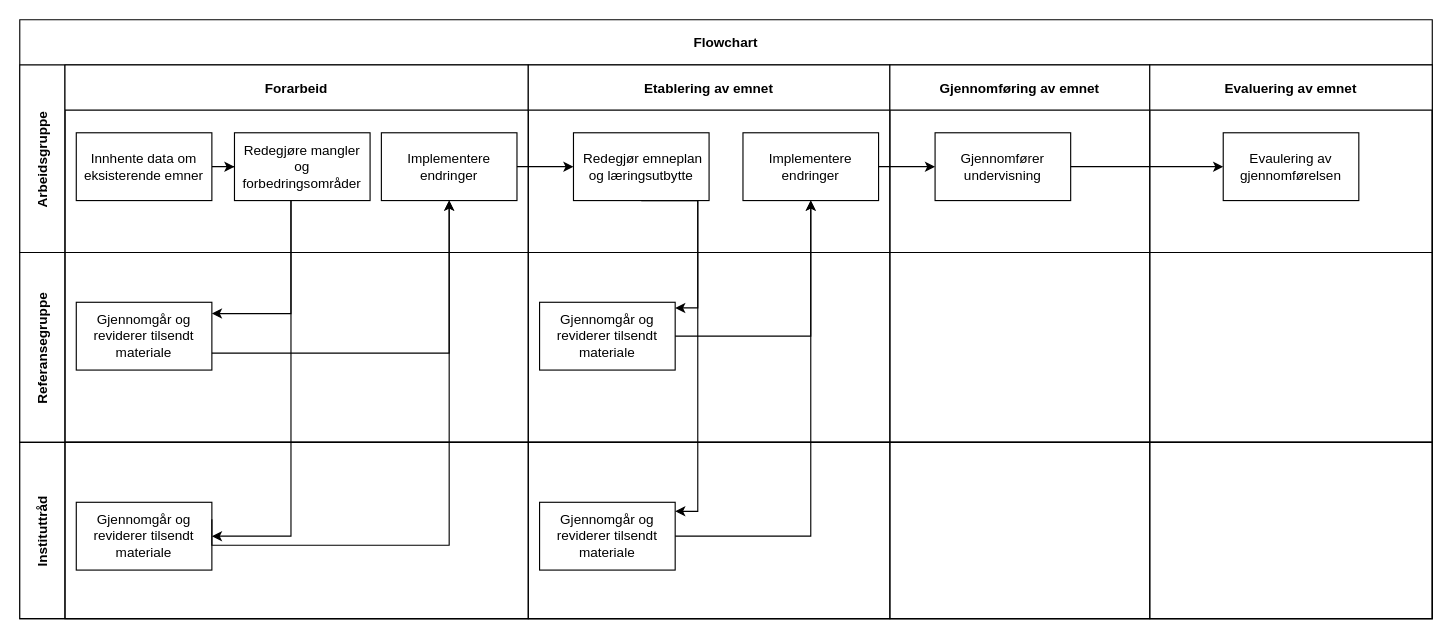
This is flowinprogress.drawio from stianfuru/DIKU, a draw.io file, before an edit. Source tidied: cells renumbered, new cells numbered last; positions are measured from the earlier drawing's top-left corner, leaving out a move shared by most shapes. Both pictures are drawn from the tidied source at 113%, with x=0, y=0 at pixel (19, 19).
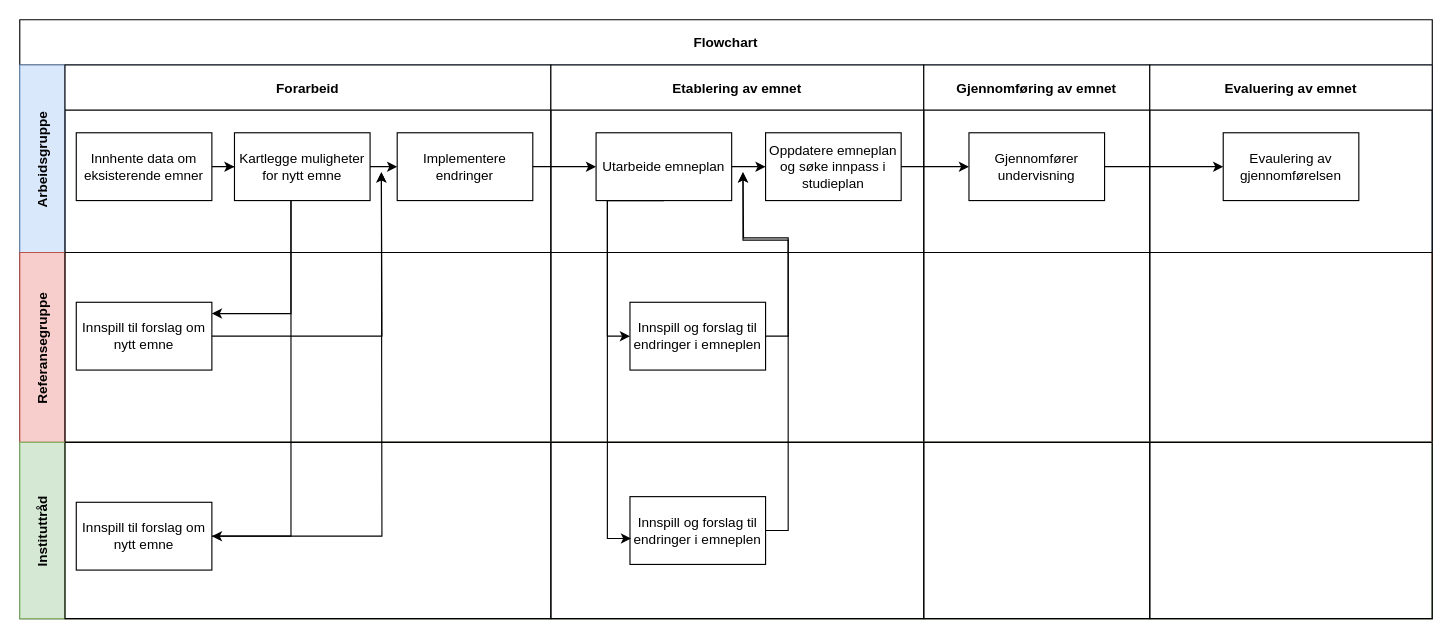
The same page after the edit.

The change refers to these unchanged cells:
```xml
<mxCell id="2" value="Flowchart" style="shape=table;childLayout=tableLayout;rowLines=0;columnLines=0;startSize=40;fontStyle=1;" parent="1" vertex="1">
  <mxGeometry width="1250" height="530" as="geometry" />
</mxCell>
```

Change to the diagram source:
```diff
@@
-    <mxCell id="3" value="Arbeidsgruppe" style="swimlane;horizontal=0;startSize=40;" parent="2" vertex="1">
+    <mxCell id="3" value="Arbeidsgruppe" style="swimlane;horizontal=0;startSize=40;fillColor=#dae8fc;strokeColor=#6c8ebf;" parent="2" vertex="1">
       <mxGeometry y="40" width="1250" height="166" as="geometry" />
     </mxCell>
     <mxCell id="4" value="Forarbeid" style="swimlane;startSize=40;" parent="3" vertex="1">
-      <mxGeometry x="40" width="410" height="166" as="geometry" />
+      <mxGeometry x="40" width="430" height="166" as="geometry" />
     </mxCell>
@@
+    <mxCell id="41" style="edgeStyle=orthogonalEdgeStyle;rounded=0;jettySize=auto;html=1;exitX=1;exitY=0.5;exitDx=0;exitDy=0;" parent="4" edge="1" source="7" target="8">
+      <mxGeometry relative="1" as="geometry" />
+    </mxCell>
-    <mxCell id="7" value="Redegjøre mangler og forbedringsområder" style="rounded=0;whiteSpace=wrap;html=1;" parent="4" vertex="1">
+    <mxCell id="7" value="Kartlegge muligheter for nytt emne" style="rounded=0;whiteSpace=wrap;html=1;" parent="4" vertex="1">
       <mxGeometry x="150" y="60" width="120" height="60" as="geometry" />
     </mxCell>
     <mxCell id="8" value="Implementere endringer" style="rounded=0;whiteSpace=wrap;html=1;" parent="4" vertex="1">
-      <mxGeometry x="280" y="60" width="120" height="60" as="geometry" />
+      <mxGeometry x="294" y="60" width="120" height="60" as="geometry" />
     </mxCell>
     <mxCell id="9" value="Etablering av emnet" style="swimlane;startSize=40;" parent="3" vertex="1">
-      <mxGeometry x="450" width="320" height="166" as="geometry" />
+      <mxGeometry x="470" width="330" height="166" as="geometry" />
     </mxCell>
+    <mxCell id="42" style="edgeStyle=orthogonalEdgeStyle;rounded=0;jettySize=auto;html=1;" parent="9" edge="1" source="10" target="11">
+      <mxGeometry relative="1" as="geometry" />
+    </mxCell>
-    <mxCell id="10" value="&amp;nbsp;Redegjør emneplan og læringsutbytte" style="rounded=0;whiteSpace=wrap;html=1;" parent="9" vertex="1">
+    <mxCell id="10" value="Utarbeide emneplan" style="rounded=0;whiteSpace=wrap;html=1;" parent="9" vertex="1">
       <mxGeometry x="40" y="60" width="120" height="60" as="geometry" />
     </mxCell>
-    <mxCell id="11" value="Implementere endringer" style="rounded=0;whiteSpace=wrap;html=1;" parent="9" vertex="1">
+    <mxCell id="11" value="Oppdatere emneplan og søke innpass i studieplan" style="rounded=0;whiteSpace=wrap;html=1;" parent="9" vertex="1">
       <mxGeometry x="190" y="60" width="120" height="60" as="geometry" />
     </mxCell>
     <mxCell id="12" value="Gjennomføring av emnet" style="swimlane;startSize=40;" parent="3" vertex="1">
-      <mxGeometry x="770" width="230" height="166" as="geometry" />
+      <mxGeometry x="800" width="200" height="166" as="geometry" />
     </mxCell>
@@
-    <mxCell id="19" value="Referansegruppe" style="swimlane;horizontal=0;startSize=40;" parent="2" vertex="1">
+    <mxCell id="19" value="Referansegruppe" style="swimlane;horizontal=0;startSize=40;strokeColor=#b85450;fillColor=#F8CECC;" parent="2" vertex="1">
       <mxGeometry y="206" width="1250" height="168" as="geometry" />
     </mxCell>
-    <mxCell id="20" style="swimlane;startSize=0;" parent="19" vertex="1">
-      <mxGeometry x="40" width="410" height="168" as="geometry" />
+    <mxCell id="20" style="swimlane;startSize=0;gradientColor=#ffffff;fillColor=#000000;" parent="19" vertex="1">
+      <mxGeometry x="40" width="430" height="168" as="geometry" />
     </mxCell>
-    <mxCell id="21" value="Gjennomgår og reviderer tilsendt materiale" style="rounded=0;whiteSpace=wrap;html=1;" parent="20" vertex="1">
+    <mxCell id="21" value="Innspill til forslag om nytt emne" style="rounded=0;whiteSpace=wrap;html=1;" parent="20" vertex="1">
       <mxGeometry x="10" y="44" width="120" height="60" as="geometry" />
     </mxCell>
     <mxCell id="22" style="swimlane;startSize=0;" parent="19" vertex="1">
-      <mxGeometry x="450" width="320" height="168" as="geometry" />
+      <mxGeometry x="470" width="330" height="168" as="geometry" />
     </mxCell>
-    <mxCell id="23" value="Gjennomgår og reviderer tilsendt materiale" style="rounded=0;whiteSpace=wrap;html=1;" parent="22" vertex="1">
-      <mxGeometry x="10" y="44" width="120" height="60" as="geometry" />
+    <mxCell id="23" value="Innspill og forslag til endringer i emneplen" style="rounded=0;whiteSpace=wrap;html=1;" parent="22" vertex="1">
+      <mxGeometry x="70" y="44" width="120" height="60" as="geometry" />
     </mxCell>
     <mxCell id="24" style="swimlane;startSize=0;" parent="19" vertex="1">
-      <mxGeometry x="770" width="230" height="168" as="geometry" />
+      <mxGeometry x="800" width="200" height="168" as="geometry" />
     </mxCell>
@@
-    <mxCell id="26" value="Instituttråd" style="swimlane;horizontal=0;startSize=40;" parent="2" vertex="1">
+    <mxCell id="26" value="Instituttråd" style="swimlane;horizontal=0;startSize=40;fillColor=#d5e8d4;strokeColor=#82b366;" parent="2" vertex="1">
       <mxGeometry y="374" width="1250" height="156" as="geometry" />
     </mxCell>
     <mxCell id="27" style="swimlane;startSize=0;" parent="26" vertex="1">
-      <mxGeometry x="40" width="410" height="156" as="geometry" />
+      <mxGeometry x="40" width="430" height="156" as="geometry" />
     </mxCell>
-    <mxCell id="28" value="&lt;span&gt;Gjennomgår og reviderer tilsendt materiale&lt;/span&gt;" style="rounded=0;whiteSpace=wrap;html=1;" parent="27" vertex="1">
+    <mxCell id="28" value="Innspill til forslag om nytt emne" style="rounded=0;whiteSpace=wrap;html=1;" parent="27" vertex="1">
       <mxGeometry x="10" y="53" width="120" height="60" as="geometry" />
     </mxCell>
     <mxCell id="29" style="swimlane;startSize=0;" parent="26" vertex="1">
-      <mxGeometry x="450" width="320" height="156" as="geometry" />
+      <mxGeometry x="470" width="330" height="156" as="geometry" />
     </mxCell>
-    <mxCell id="30" value="&lt;span&gt;Gjennomgår og reviderer tilsendt materiale&lt;/span&gt;" style="rounded=0;whiteSpace=wrap;html=1;" parent="29" vertex="1">
-      <mxGeometry x="10" y="53" width="120" height="60" as="geometry" />
+    <mxCell id="30" value="Innspill og forslag til endringer i emneplen" style="rounded=0;whiteSpace=wrap;html=1;" parent="29" vertex="1">
+      <mxGeometry x="70" y="48" width="120" height="60" as="geometry" />
     </mxCell>
     <mxCell id="31" style="swimlane;startSize=0;" parent="26" vertex="1">
-      <mxGeometry x="770" width="230" height="156" as="geometry" />
+      <mxGeometry x="800" width="200" height="156" as="geometry" />
     </mxCell>
@@
-    <mxCell id="34" style="edgeStyle=orthogonalEdgeStyle;rounded=0;jettySize=auto;html=1;exitX=0.5;exitY=1;exitDx=0;exitDy=0;" parent="2" edge="1" source="10">
-      <mxGeometry relative="1" as="geometry">
-        <mxPoint x="580" y="435" as="targetPoint" />
-        <Array as="points">
-          <mxPoint x="600" y="160" />
-          <mxPoint x="600" y="435" />
-          <mxPoint x="580" y="435" />
-        </Array>
-      </mxGeometry>
-    </mxCell>
-    <mxCell id="35" style="edgeStyle=orthogonalEdgeStyle;rounded=0;jettySize=auto;html=1;" parent="2" edge="1" source="10">
-      <mxGeometry relative="1" as="geometry">
-        <mxPoint x="580" y="255" as="targetPoint" />
-        <Array as="points">
-          <mxPoint x="600" y="255" />
-          <mxPoint x="580" y="255" />
-        </Array>
-      </mxGeometry>
-    </mxCell>
-    <mxCell id="36" style="edgeStyle=orthogonalEdgeStyle;rounded=0;jettySize=auto;html=1;entryX=0.5;entryY=1;entryDx=0;entryDy=0;" parent="2" edge="1" source="21" target="8">
-      <mxGeometry relative="1" as="geometry">
-        <Array as="points">
-          <mxPoint x="380" y="295" />
-        </Array>
-      </mxGeometry>
-    </mxCell>
-    <mxCell id="37" style="edgeStyle=orthogonalEdgeStyle;rounded=0;jettySize=auto;html=1;entryX=0.5;entryY=1;entryDx=0;entryDy=0;exitX=1;exitY=0.25;exitDx=0;exitDy=0;" parent="2" edge="1" source="28" target="8">
-      <mxGeometry relative="1" as="geometry">
-        <Array as="points">
-          <mxPoint x="170" y="465" />
-          <mxPoint x="380" y="465" />
-        </Array>
-      </mxGeometry>
-    </mxCell>
@@
-    <mxCell id="39" style="edgeStyle=orthogonalEdgeStyle;rounded=0;jettySize=auto;html=1;entryX=0.5;entryY=1;entryDx=0;entryDy=0;" parent="2" edge="1" source="30" target="11">
-      <mxGeometry relative="1" as="geometry" />
-    </mxCell>
-    <mxCell id="40" style="edgeStyle=orthogonalEdgeStyle;rounded=0;jettySize=auto;html=1;entryX=0.5;entryY=1;entryDx=0;entryDy=0;" parent="2" edge="1" source="23" target="11">
-      <mxGeometry relative="1" as="geometry" />
-    </mxCell>
+    <mxCell id="43" style="edgeStyle=orthogonalEdgeStyle;rounded=0;jettySize=auto;html=1;entryX=0;entryY=0.5;entryDx=0;entryDy=0;" parent="2" edge="1" source="10" target="23">
+      <mxGeometry relative="1" as="geometry">
+        <Array as="points">
+          <mxPoint x="520" y="280" />
+        </Array>
+      </mxGeometry>
+    </mxCell>
+    <mxCell id="44" style="edgeStyle=orthogonalEdgeStyle;rounded=0;jettySize=auto;html=1;exitX=0.5;exitY=1;exitDx=0;exitDy=0;entryX=0.008;entryY=0.617;entryDx=0;entryDy=0;entryPerimeter=0;" parent="2" edge="1" source="10" target="30">
+      <mxGeometry relative="1" as="geometry">
+        <Array as="points">
+          <mxPoint x="520" y="160" />
+          <mxPoint x="520" y="459" />
+        </Array>
+      </mxGeometry>
+    </mxCell>
+    <mxCell id="45" style="edgeStyle=orthogonalEdgeStyle;rounded=0;jettySize=auto;html=1;exitX=1;exitY=0.5;exitDx=0;exitDy=0;" parent="1" edge="1" source="28">
+      <mxGeometry relative="1" as="geometry">
+        <mxPoint x="320" y="135" as="targetPoint" />
+      </mxGeometry>
+    </mxCell>
+    <mxCell id="46" style="edgeStyle=orthogonalEdgeStyle;rounded=0;jettySize=auto;html=1;exitX=1;exitY=0.5;exitDx=0;exitDy=0;" parent="1" edge="1" source="21">
+      <mxGeometry relative="1" as="geometry">
+        <mxPoint x="320" y="135" as="targetPoint" />
+      </mxGeometry>
+    </mxCell>
+    <mxCell id="47" style="edgeStyle=orthogonalEdgeStyle;rounded=0;jettySize=auto;html=1;exitX=1;exitY=0.5;exitDx=0;exitDy=0;" parent="1" edge="1" source="23">
+      <mxGeometry relative="1" as="geometry">
+        <mxPoint x="640" y="135" as="targetPoint" />
+      </mxGeometry>
+    </mxCell>
+    <mxCell id="48" style="edgeStyle=orthogonalEdgeStyle;rounded=0;jettySize=auto;html=1;exitX=1;exitY=0.5;exitDx=0;exitDy=0;" parent="1" edge="1" source="30">
+      <mxGeometry relative="1" as="geometry">
+        <mxPoint x="640" y="135" as="targetPoint" />
+        <Array as="points">
+          <mxPoint x="680" y="452" />
+          <mxPoint x="680" y="195" />
+          <mxPoint x="640" y="195" />
+        </Array>
+      </mxGeometry>
+    </mxCell>
```
